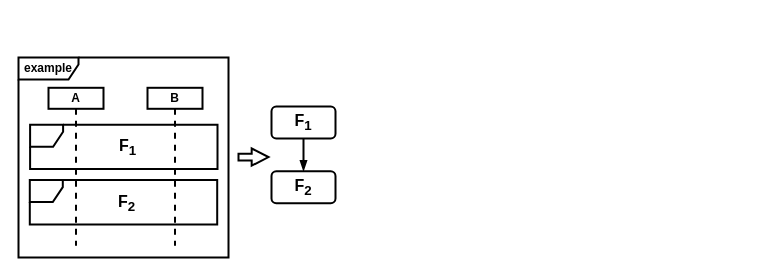
Before: seq.drawio in ShiYufei0708/draw, a draw.io diagram. Source tidied: cells renumbered, new cells numbered last; positions are measured from the earlier drawing's top-left corner, leaving out a move shared by most shapes. Both pictures are drawn from the tidied source at 100%, with x=0, y=0 at pixel (18, 17).
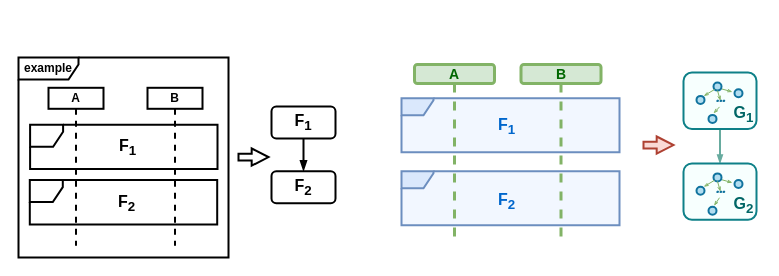
After the change.

Diff of the diagram source:
```diff
@@
+    <mxCell id="14" style="shape=umlFrame;whiteSpace=wrap;html=1;width=32;height=17;fillColor=#dae8fc;strokeColor=#6c8ebf;fillStyle=auto;shadow=0;strokeWidth=2;swimlaneFillColor=light-dark(#F2F7FF,#002813);" parent="1" vertex="1">
+      <mxGeometry x="383" y="153.8" width="218" height="54" as="geometry" />
+    </mxCell>
@@
+    <mxCell id="15" style="shape=umlFrame;whiteSpace=wrap;html=1;width=32;height=17;fillColor=#dae8fc;strokeColor=#6c8ebf;fillStyle=auto;shadow=0;strokeWidth=2;swimlaneFillColor=light-dark(#F2F7FF,#002813);" parent="1" vertex="1">
+      <mxGeometry x="383" y="80.7" width="218" height="54" as="geometry" />
+    </mxCell>
+    <mxCell id="16" value="&lt;font face=&quot;Helvetica&quot; style=&quot;color: rgb(0, 102, 0); font-size: 14px;&quot;&gt;&lt;b style=&quot;&quot;&gt;A&lt;/b&gt;&lt;/font&gt;" style="shape=umlLifeline;perimeter=lifelinePerimeter;whiteSpace=wrap;html=1;newEdgeStyle={&quot;curved&quot;:0,&quot;rounded&quot;:0};size=19;fillColor=#d5e8d4;strokeColor=#82b366;strokeWidth=3;rounded=1;shadow=0;" parent="1" vertex="1">
+      <mxGeometry x="396" y="47" width="80" height="175" as="geometry" />
+    </mxCell>
+    <mxCell id="17" value="&lt;font face=&quot;Helvetica&quot; style=&quot;color: rgb(0, 102, 0); font-size: 14px;&quot;&gt;&lt;b style=&quot;&quot;&gt;B&lt;/b&gt;&lt;/font&gt;" style="shape=umlLifeline;perimeter=lifelinePerimeter;whiteSpace=wrap;html=1;newEdgeStyle={&quot;curved&quot;:0,&quot;rounded&quot;:0};size=19;fillColor=#d5e8d4;strokeColor=#82b366;strokeWidth=3;rounded=1;shadow=0;" parent="1" vertex="1">
+      <mxGeometry x="502.5" y="47" width="80" height="175" as="geometry" />
+    </mxCell>
+    <mxCell id="18" style="edgeStyle=orthogonalEdgeStyle;rounded=0;jettySize=auto;html=1;entryX=0.5;entryY=0;entryDx=0;entryDy=0;strokeColor=light-dark(#67AB9F,#EDEDED);endArrow=blockThin;endFill=1;endSize=4;strokeWidth=2;" parent="1" edge="1" source="19" target="31">
+      <mxGeometry relative="1" as="geometry" />
+    </mxCell>
+    <mxCell id="19" style="rounded=1;whiteSpace=wrap;html=1;strokeWidth=2;fillColor=#F7FFFE;strokeColor=#0e8088;" parent="1" vertex="1">
+      <mxGeometry x="665" y="55.1" width="73" height="56.3" as="geometry" />
+    </mxCell>
+    <mxCell id="20" style="rounded=0;jettySize=auto;html=1;endArrow=openThin;endFill=0;strokeColor=#82b366;strokeWidth=1;fillColor=#d5e8d4;endSize=3;entryX=-0.25;entryY=0.336;entryDx=0;entryDy=0;entryPerimeter=0;" parent="1" edge="1" target="22">
+      <mxGeometry relative="1" as="geometry">
+        <mxPoint x="702" y="71.1" as="sourcePoint" />
+      </mxGeometry>
+    </mxCell>
+    <mxCell id="21" style="ellipse;whiteSpace=wrap;html=1;strokeWidth=2;fillColor=#b1ddf0;strokeColor=#10739e;" parent="1" vertex="1">
+      <mxGeometry x="695" y="65.1" width="8" height="8" as="geometry" />
+    </mxCell>
+    <mxCell id="22" style="ellipse;whiteSpace=wrap;html=1;strokeWidth=2;fillColor=#b1ddf0;strokeColor=#10739e;" parent="1" vertex="1">
+      <mxGeometry x="716" y="71.7" width="8" height="8" as="geometry" />
+    </mxCell>
+    <mxCell id="23" style="ellipse;whiteSpace=wrap;html=1;strokeWidth=2;fillColor=#b1ddf0;strokeColor=#10739e;" parent="1" vertex="1">
+      <mxGeometry x="690" y="97.4" width="8" height="8" as="geometry" />
+    </mxCell>
+    <mxCell id="24" style="ellipse;whiteSpace=wrap;html=1;strokeWidth=2;fillColor=#b1ddf0;strokeColor=#10739e;" parent="1" vertex="1">
+      <mxGeometry x="678" y="78.4" width="8" height="8" as="geometry" />
+    </mxCell>
+    <mxCell id="25" style="rounded=0;jettySize=auto;html=1;endArrow=openThin;endFill=0;strokeColor=#82b366;strokeWidth=1;fillColor=#d5e8d4;endSize=3;exitX=0;exitY=1;exitDx=0;exitDy=0;entryX=0.89;entryY=0.017;entryDx=0;entryDy=0;entryPerimeter=0;" parent="1" edge="1" source="21" target="24">
+      <mxGeometry relative="1" as="geometry" />
+    </mxCell>
+    <mxCell id="26" value="&lt;b&gt;&lt;font style=&quot;font-size: 22px;&quot; face=&quot;Comic Sans MS&quot;&gt;...&lt;/font&gt;&lt;/b&gt;" style="text;html=1;align=center;verticalAlign=middle;strokeColor=none;fillColor=none;fontColor=light-dark(#12739e, #ededed);" parent="1" vertex="1">
+      <mxGeometry x="678.5" y="60.4" width="47" height="38" as="geometry" />
+    </mxCell>
+    <mxCell id="27" style="rounded=0;jettySize=auto;html=1;endArrow=openThin;endFill=0;strokeColor=#82b366;strokeWidth=1;fillColor=#d5e8d4;endSize=3;exitX=0.5;exitY=1;exitDx=0;exitDy=0;" parent="1" edge="1" source="21">
+      <mxGeometry relative="1" as="geometry">
+        <mxPoint x="702" y="83.4" as="targetPoint" />
+      </mxGeometry>
+    </mxCell>
+    <mxCell id="28" value="&lt;span style=&quot;font-size: 16px;&quot;&gt;&lt;font style=&quot;color: rgb(0, 102, 204);&quot;&gt;F&lt;sub style=&quot;&quot;&gt;1&lt;/sub&gt;&lt;/font&gt;&lt;/span&gt;" style="text;html=1;align=center;verticalAlign=middle;strokeColor=none;fillColor=none;fontStyle=1;strokeWidth=2;" parent="1" vertex="1">
+      <mxGeometry x="470" y="92" width="35" height="34" as="geometry" />
+    </mxCell>
+    <mxCell id="29" value="&lt;span style=&quot;font-size: 16px;&quot;&gt;&lt;font style=&quot;color: rgb(0, 102, 204);&quot;&gt;F&lt;sub style=&quot;&quot;&gt;2&lt;/sub&gt;&lt;/font&gt;&lt;/span&gt;" style="text;html=1;align=center;verticalAlign=middle;strokeColor=none;fillColor=none;fontStyle=1;strokeWidth=2;" parent="1" vertex="1">
+      <mxGeometry x="470" y="167" width="35" height="34" as="geometry" />
+    </mxCell>
+    <mxCell id="30" style="rounded=0;orthogonalLoop=1;jettySize=auto;html=1;endArrow=openThin;endFill=0;strokeColor=#82b366;strokeWidth=1;fillColor=#d5e8d4;endSize=3;" parent="1" edge="1">
+      <mxGeometry relative="1" as="geometry">
+        <mxPoint x="701" y="89.4" as="sourcePoint" />
+        <mxPoint x="695" y="96" as="targetPoint" />
+      </mxGeometry>
+    </mxCell>
+    <mxCell id="31" style="rounded=1;whiteSpace=wrap;html=1;strokeWidth=2;fillColor=#F7FFFE;strokeColor=#0e8088;" parent="1" vertex="1">
+      <mxGeometry x="665" y="145.9" width="73" height="56.3" as="geometry" />
+    </mxCell>
+    <mxCell id="32" style="rounded=0;jettySize=auto;html=1;endArrow=openThin;endFill=0;strokeColor=#82b366;strokeWidth=1;fillColor=#d5e8d4;endSize=3;entryX=-0.25;entryY=0.336;entryDx=0;entryDy=0;entryPerimeter=0;" parent="1" edge="1" target="34">
+      <mxGeometry relative="1" as="geometry">
+        <mxPoint x="702" y="161.9" as="sourcePoint" />
+      </mxGeometry>
+    </mxCell>
+    <mxCell id="33" style="ellipse;whiteSpace=wrap;html=1;strokeWidth=2;fillColor=#b1ddf0;strokeColor=#10739e;" parent="1" vertex="1">
+      <mxGeometry x="695" y="155.9" width="8" height="8" as="geometry" />
+    </mxCell>
+    <mxCell id="34" style="ellipse;whiteSpace=wrap;html=1;strokeWidth=2;fillColor=#b1ddf0;strokeColor=#10739e;" parent="1" vertex="1">
+      <mxGeometry x="716" y="162.5" width="8" height="8" as="geometry" />
+    </mxCell>
+    <mxCell id="35" style="ellipse;whiteSpace=wrap;html=1;strokeWidth=2;fillColor=#b1ddf0;strokeColor=#10739e;" parent="1" vertex="1">
+      <mxGeometry x="690" y="189.2" width="8" height="8" as="geometry" />
+    </mxCell>
+    <mxCell id="36" style="ellipse;whiteSpace=wrap;html=1;strokeWidth=2;fillColor=#b1ddf0;strokeColor=#10739e;" parent="1" vertex="1">
+      <mxGeometry x="678" y="169.2" width="8" height="8" as="geometry" />
+    </mxCell>
+    <mxCell id="37" style="rounded=0;jettySize=auto;html=1;endArrow=openThin;endFill=0;strokeColor=#82b366;strokeWidth=1;fillColor=#d5e8d4;endSize=3;exitX=0;exitY=1;exitDx=0;exitDy=0;entryX=0.89;entryY=0.017;entryDx=0;entryDy=0;entryPerimeter=0;" parent="1" edge="1" source="33" target="36">
+      <mxGeometry relative="1" as="geometry" />
+    </mxCell>
+    <mxCell id="38" value="&lt;b&gt;&lt;font style=&quot;font-size: 22px;&quot; face=&quot;Comic Sans MS&quot;&gt;...&lt;/font&gt;&lt;/b&gt;" style="text;html=1;align=center;verticalAlign=middle;strokeColor=none;fillColor=none;fontColor=light-dark(#12739e, #ededed);" parent="1" vertex="1">
+      <mxGeometry x="678.5" y="151.2" width="47" height="38" as="geometry" />
+    </mxCell>
+    <mxCell id="39" style="rounded=0;jettySize=auto;html=1;endArrow=openThin;endFill=0;strokeColor=#82b366;strokeWidth=1;fillColor=#d5e8d4;endSize=3;exitX=0.5;exitY=1;exitDx=0;exitDy=0;" parent="1" edge="1" source="33">
+      <mxGeometry relative="1" as="geometry">
+        <mxPoint x="702" y="174.2" as="targetPoint" />
+      </mxGeometry>
+    </mxCell>
+    <mxCell id="40" style="rounded=0;jettySize=auto;html=1;endArrow=openThin;endFill=0;strokeColor=#82b366;strokeWidth=1;fillColor=#d5e8d4;endSize=3;entryX=0.691;entryY=-0.106;entryDx=0;entryDy=0;entryPerimeter=0;" parent="1" edge="1" target="35">
+      <mxGeometry relative="1" as="geometry">
+        <mxPoint x="701" y="180.2" as="sourcePoint" />
+      </mxGeometry>
+    </mxCell>
+    <mxCell id="41" style="html=1;shadow=0;dashed=0;align=center;verticalAlign=middle;shape=mxgraph.arrows2.arrow;dy=0.61;dx=16.82;notch=0;strokeWidth=2;fillColor=#fad9d5;strokeColor=#ae4132;" parent="1" vertex="1">
+      <mxGeometry x="625" y="119" width="30" height="17.2" as="geometry" />
+    </mxCell>
+    <mxCell id="42" value="&lt;span style=&quot;font-size: 16px;&quot;&gt;&lt;font style=&quot;color: rgb(0, 102, 102);&quot;&gt;G&lt;sub style=&quot;&quot;&gt;1&lt;/sub&gt;&lt;/font&gt;&lt;/span&gt;" style="text;html=1;align=center;verticalAlign=middle;strokeColor=none;fillColor=none;fontStyle=1;strokeWidth=2;" parent="1" vertex="1">
+      <mxGeometry x="706" y="80.2" width="38" height="34" as="geometry" />
+    </mxCell>
+    <mxCell id="43" value="&lt;span style=&quot;font-size: 16px;&quot;&gt;&lt;font style=&quot;color: rgb(0, 102, 102);&quot;&gt;G&lt;sub style=&quot;&quot;&gt;2&lt;/sub&gt;&lt;/font&gt;&lt;/span&gt;" style="text;html=1;align=center;verticalAlign=middle;strokeColor=none;fillColor=none;fontStyle=1;strokeWidth=2;" parent="1" vertex="1">
+      <mxGeometry x="706" y="170.6" width="38" height="34" as="geometry" />
+    </mxCell>
```
